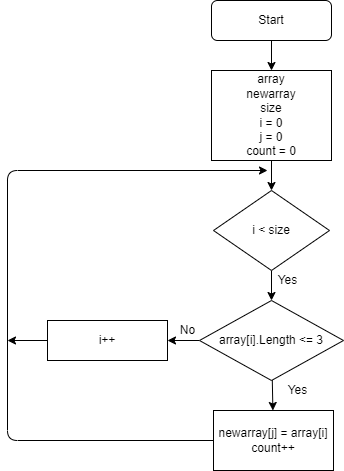
This is HW.drawio.png from StacyUshakova/Control-Work, a draw.io export, as it was before one commit. Source tidied: cells renumbered, new cells last; positions are measured from the earlier drawing's top-left corner, leaving out a move shared by most shapes. Source of this version:
```xml
<mxGraphModel>
  <root>
    <mxCell id="0" />
    <mxCell id="1" parent="0" />
    <mxCell id="2" style="edgeStyle=none;html=1;" parent="1" edge="1" source="3" target="5">
      <mxGeometry relative="1" as="geometry" />
    </mxCell>
    <mxCell id="3" value="Start" style="rounded=1;whiteSpace=wrap;html=1;" parent="1" vertex="1">
      <mxGeometry x="204" width="120" height="40" as="geometry" />
    </mxCell>
    <mxCell id="4" style="edgeStyle=none;html=1;" parent="1" edge="1" source="5" target="7">
      <mxGeometry relative="1" as="geometry" />
    </mxCell>
    <mxCell id="5" value="&lt;span&gt;array&lt;/span&gt;&lt;br&gt;&lt;span&gt;newarray&lt;/span&gt;&lt;br&gt;&lt;span&gt;size&lt;/span&gt;&lt;br&gt;&lt;span&gt;i = 0&lt;/span&gt;&lt;br&gt;&lt;span&gt;j = 0&lt;/span&gt;&lt;br&gt;&lt;span&gt;count = 0&lt;/span&gt;" style="rounded=0;whiteSpace=wrap;html=1;" parent="1" vertex="1">
      <mxGeometry x="204" y="70" width="120" height="90" as="geometry" />
    </mxCell>
    <mxCell id="6" style="edgeStyle=none;html=1;" parent="1" edge="1" source="7" target="10">
      <mxGeometry relative="1" as="geometry" />
    </mxCell>
    <mxCell id="7" value="&lt;span&gt;i &amp;lt; size&lt;/span&gt;" style="rhombus;whiteSpace=wrap;html=1;" parent="1" vertex="1">
      <mxGeometry x="206" y="190" width="116" height="80" as="geometry" />
    </mxCell>
    <mxCell id="8" style="edgeStyle=none;html=1;" parent="1" edge="1" source="10" target="12">
      <mxGeometry relative="1" as="geometry" />
    </mxCell>
    <mxCell id="9" style="edgeStyle=none;html=1;" parent="1" edge="1" source="10" target="14">
      <mxGeometry relative="1" as="geometry" />
    </mxCell>
    <mxCell id="10" value="&lt;span&gt;array[i].Length &amp;lt;= 3&lt;/span&gt;" style="rhombus;whiteSpace=wrap;html=1;" parent="1" vertex="1">
      <mxGeometry x="192" y="300" width="144" height="80" as="geometry" />
    </mxCell>
    <mxCell id="11" value="Yes" style="text;html=1;align=center;verticalAlign=middle;strokeColor=none;fillColor=none;" parent="1" vertex="1">
      <mxGeometry x="265" y="270" width="30" height="20" as="geometry" />
    </mxCell>
    <mxCell id="12" value="&lt;span&gt;newarray[j] = array[i]&lt;/span&gt;&lt;br&gt;&lt;span&gt;count++&lt;/span&gt;" style="rounded=0;whiteSpace=wrap;html=1;" parent="1" vertex="1">
      <mxGeometry x="206" y="410" width="120" height="60" as="geometry" />
    </mxCell>
    <mxCell id="13" value="Yes" style="text;html=1;align=center;verticalAlign=middle;strokeColor=none;fillColor=none;" parent="1" vertex="1">
      <mxGeometry x="275" y="380" width="30" height="20" as="geometry" />
    </mxCell>
    <mxCell id="14" value="i++" style="rounded=0;whiteSpace=wrap;html=1;" parent="1" vertex="1">
      <mxGeometry x="40" y="320" width="120" height="40" as="geometry" />
    </mxCell>
    <mxCell id="15" value="No" style="text;html=1;align=center;verticalAlign=middle;strokeColor=none;fillColor=none;" parent="1" vertex="1">
      <mxGeometry x="165" y="320" width="30" height="20" as="geometry" />
    </mxCell>
    <mxCell id="16" style="endArrow=classic;html=1;exitX=0;exitY=0.5;exitDx=0;exitDy=0;" parent="1" edge="1" source="14">
      <mxGeometry relative="1" as="geometry">
        <mxPoint y="340" as="targetPoint" />
      </mxGeometry>
    </mxCell>
    <mxCell id="17" style="endArrow=classic;html=1;exitX=0;exitY=0.5;exitDx=0;exitDy=0;" parent="1" edge="1" source="12">
      <mxGeometry relative="1" as="geometry">
        <mxPoint x="260" y="170" as="targetPoint" />
        <Array as="points">
          <mxPoint y="440" />
          <mxPoint y="170" />
        </Array>
      </mxGeometry>
    </mxCell>
  </root>
</mxGraphModel>
```
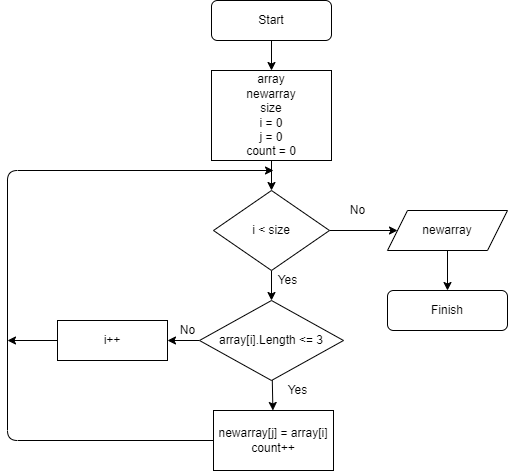
Later version of the same file.

Commit message:
Add a block diagram

The edit, as a diff of the source:
```diff
@@ -17,6 +17,11 @@
     <mxCell id="6" style="edgeStyle=none;html=1;" parent="1" edge="1" source="7" target="10">
       <mxGeometry relative="1" as="geometry" />
     </mxCell>
+    <mxCell id="18" style="edgeStyle=none;html=1;" parent="1" edge="1" source="7">
+      <mxGeometry relative="1" as="geometry">
+        <mxPoint x="390" y="230" as="targetPoint" />
+      </mxGeometry>
+    </mxCell>
     <mxCell id="7" value="&lt;span&gt;i &amp;lt; size&lt;/span&gt;" style="rhombus;whiteSpace=wrap;html=1;" parent="1" vertex="1">
       <mxGeometry x="206" y="190" width="116" height="80" as="geometry" />
     </mxCell>
@@ -39,7 +44,7 @@
       <mxGeometry x="275" y="380" width="30" height="20" as="geometry" />
     </mxCell>
     <mxCell id="14" value="i++" style="rounded=0;whiteSpace=wrap;html=1;" parent="1" vertex="1">
-      <mxGeometry x="40" y="320" width="120" height="40" as="geometry" />
+      <mxGeometry x="50" y="320" width="110" height="40" as="geometry" />
     </mxCell>
     <mxCell id="15" value="No" style="text;html=1;align=center;verticalAlign=middle;strokeColor=none;fillColor=none;" parent="1" vertex="1">
       <mxGeometry x="165" y="320" width="30" height="20" as="geometry" />
@@ -51,12 +56,24 @@
     </mxCell>
     <mxCell id="17" style="endArrow=classic;html=1;exitX=0;exitY=0.5;exitDx=0;exitDy=0;" parent="1" edge="1" source="12">
       <mxGeometry relative="1" as="geometry">
-        <mxPoint x="260" y="170" as="targetPoint" />
+        <mxPoint x="266" y="170" as="targetPoint" />
         <Array as="points">
           <mxPoint y="440" />
           <mxPoint y="170" />
         </Array>
       </mxGeometry>
     </mxCell>
+    <mxCell id="19" style="edgeStyle=none;html=1;" parent="1" edge="1" source="20" target="22">
+      <mxGeometry relative="1" as="geometry" />
+    </mxCell>
+    <mxCell id="20" value="&lt;span&gt;newarray&lt;/span&gt;" style="shape=parallelogram;perimeter=parallelogramPerimeter;whiteSpace=wrap;html=1;fixedSize=1;" parent="1" vertex="1">
+      <mxGeometry x="380" y="210" width="120" height="40" as="geometry" />
+    </mxCell>
+    <mxCell id="21" value="No" style="text;html=1;align=center;verticalAlign=middle;strokeColor=none;fillColor=none;" parent="1" vertex="1">
+      <mxGeometry x="335" y="200" width="30" height="20" as="geometry" />
+    </mxCell>
+    <mxCell id="22" value="Finish" style="rounded=1;whiteSpace=wrap;html=1;" parent="1" vertex="1">
+      <mxGeometry x="380" y="290" width="120" height="40" as="geometry" />
+    </mxCell>
   </root>
 </mxGraphModel>
```
